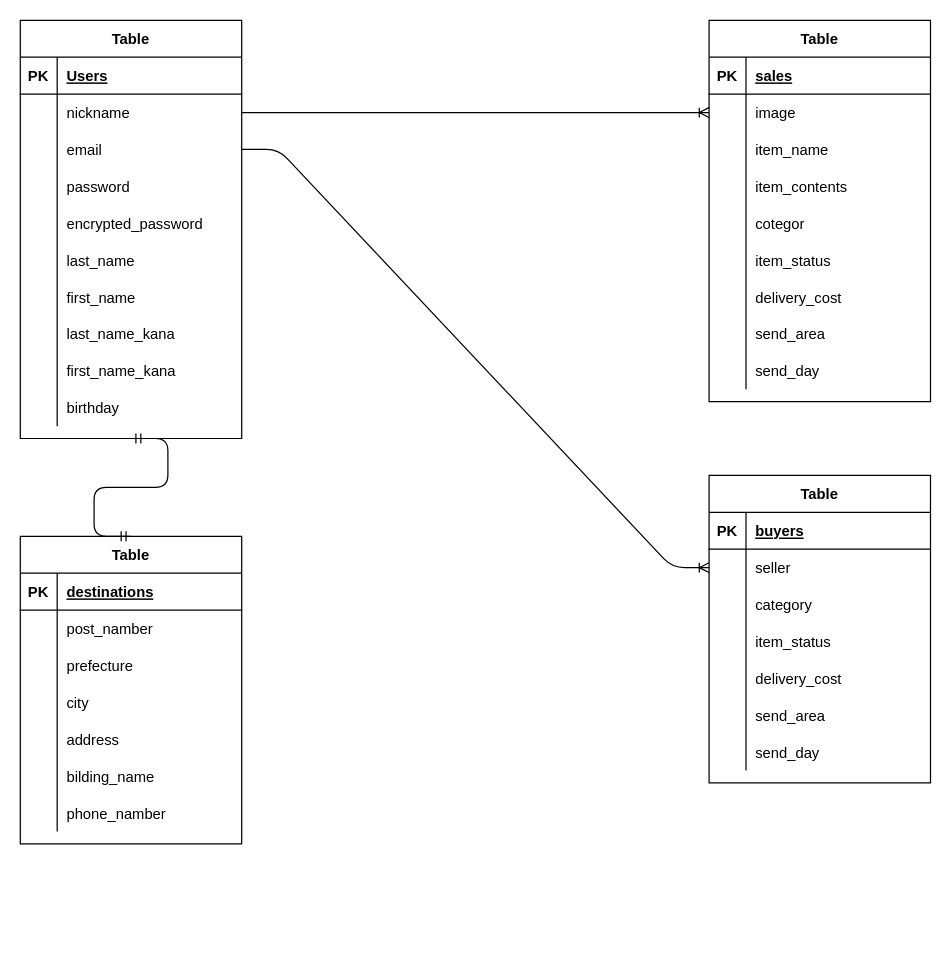
Above: furima.dio in cbr400r/furima-36560 (draw.io), before the change. Source tidied: cells renumbered, new cells numbered last; positions are measured from the earlier drawing's top-left corner, leaving out a move shared by most shapes. Both pictures are drawn from the tidied source at 123%, with x=0, y=0 at pixel (20, 20).
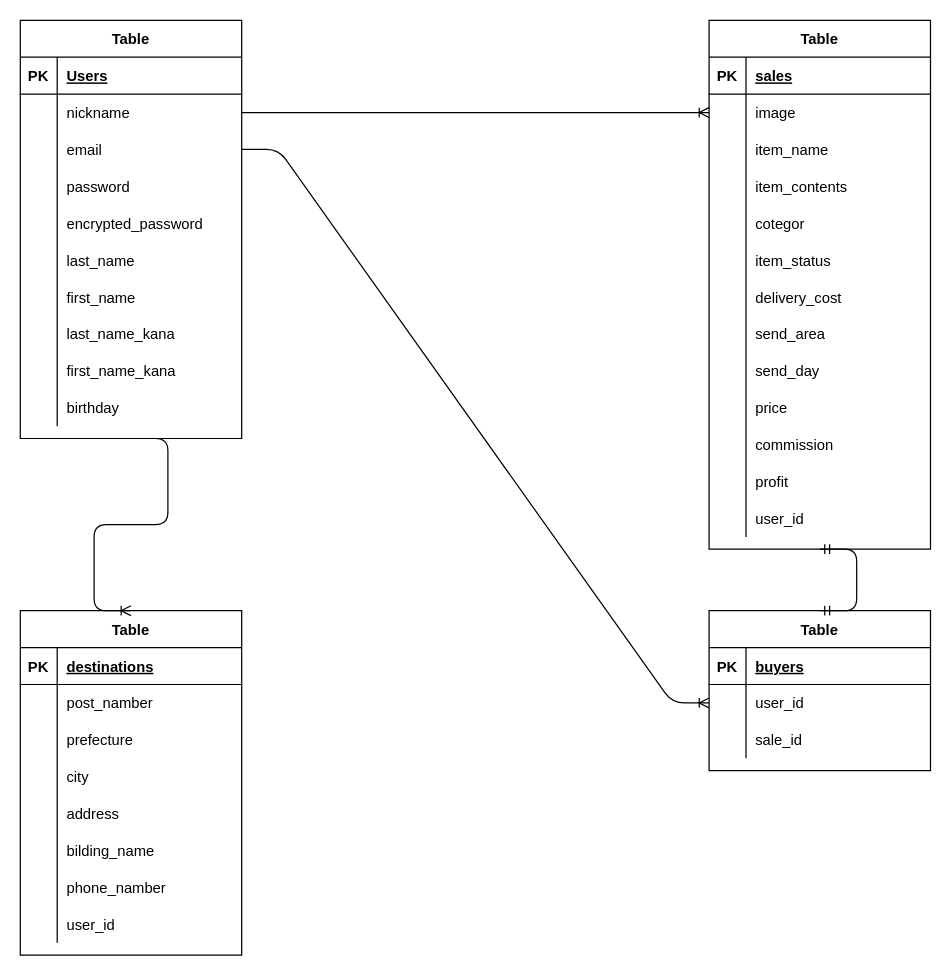
The same diagram, later.

Commit message (it also covers changes not shown here):
データベースの修正2

Unchanged cells that the change refers to:
```xml
<mxCell id="2" value="Table" style="shape=table;startSize=30;childLayout=tableLayout;rowLines=0;fontStyle=1;align=center;" parent="1" vertex="1">
  <mxGeometry width="180" height="340" as="geometry" />
</mxCell>
<mxCell id="37" style="shape=partialRectangle;fillColor=none;top=0;left=0;bottom=0;right=0;points=[[0,0.5],[1,0.5]];portConstraint=eastwest;" parent="33" vertex="1">
  <mxGeometry y="60" width="180" height="30" as="geometry" />
</mxCell>
<mxCell id="40" style="shape=partialRectangle;fillColor=none;top=0;left=0;bottom=0;right=0;" parent="33" vertex="1">
  <mxGeometry y="90" width="180" height="30" as="geometry" />
</mxCell>
```

The edit, as a diff of the source:
```diff
@@
     <mxCell id="33" value="Table" style="shape=table;startSize=30;childLayout=tableLayout;rowLines=0;fontStyle=1;align=center;" parent="1" vertex="1">
-      <mxGeometry x="560" y="370" width="180" height="250" as="geometry" />
+      <mxGeometry x="560" y="480" width="180" height="130" as="geometry" />
     </mxCell>
@@
-    <mxCell id="39" value="seller" style="shape=partialRectangle;fillColor=none;top=0;left=0;bottom=0;right=0;align=left;spacingLeft=6;overflow=hidden;" parent="37" vertex="1">
+    <mxCell id="39" value="user_id" style="shape=partialRectangle;fillColor=none;top=0;left=0;bottom=0;right=0;align=left;spacingLeft=6;overflow=hidden;" parent="37" vertex="1">
       <mxGeometry x="30" width="150" height="30" as="geometry" />
     </mxCell>
@@
-    <mxCell id="42" value="category" style="shape=partialRectangle;fillColor=none;top=0;left=0;bottom=0;right=0;align=left;spacingLeft=6;overflow=hidden;" parent="40" vertex="1">
+    <mxCell id="42" value="sale_id" style="shape=partialRectangle;fillColor=none;top=0;left=0;bottom=0;right=0;align=left;spacingLeft=6;overflow=hidden;" parent="40" vertex="1">
       <mxGeometry x="30" width="150" height="30" as="geometry" />
     </mxCell>
-    <mxCell id="43" style="shape=partialRectangle;fillColor=none;top=0;left=0;bottom=0;right=0;" parent="33" vertex="1">
-      <mxGeometry y="120" width="180" height="30" as="geometry" />
-    </mxCell>
-    <mxCell id="44" style="shape=partialRectangle;fillColor=none;top=0;left=0;bottom=0;right=0;overflow=hidden;" parent="43" vertex="1">
-      <mxGeometry width="30" height="30" as="geometry" />
-    </mxCell>
-    <mxCell id="45" value="item_status" style="shape=partialRectangle;fillColor=none;top=0;left=0;bottom=0;right=0;align=left;spacingLeft=6;overflow=hidden;" parent="43" vertex="1">
-      <mxGeometry x="30" width="150" height="30" as="geometry" />
-    </mxCell>
-    <mxCell id="46" style="shape=partialRectangle;fillColor=none;top=0;left=0;bottom=0;right=0;" parent="33" vertex="1">
-      <mxGeometry y="150" width="180" height="30" as="geometry" />
-    </mxCell>
-    <mxCell id="47" style="shape=partialRectangle;fillColor=none;top=0;left=0;bottom=0;right=0;overflow=hidden;" parent="46" vertex="1">
-      <mxGeometry width="30" height="30" as="geometry" />
-    </mxCell>
-    <mxCell id="48" value="delivery_cost" style="shape=partialRectangle;fillColor=none;top=0;left=0;bottom=0;right=0;align=left;spacingLeft=6;overflow=hidden;" parent="46" vertex="1">
-      <mxGeometry x="30" width="150" height="30" as="geometry" />
-    </mxCell>
-    <mxCell id="49" style="shape=partialRectangle;fillColor=none;top=0;left=0;bottom=0;right=0;" parent="33" vertex="1">
-      <mxGeometry y="180" width="180" height="30" as="geometry" />
-    </mxCell>
-    <mxCell id="50" style="shape=partialRectangle;fillColor=none;top=0;left=0;bottom=0;right=0;overflow=hidden;" parent="49" vertex="1">
-      <mxGeometry width="30" height="30" as="geometry" />
-    </mxCell>
-    <mxCell id="51" value="send_area" style="shape=partialRectangle;fillColor=none;top=0;left=0;bottom=0;right=0;align=left;spacingLeft=6;overflow=hidden;" parent="49" vertex="1">
-      <mxGeometry x="30" width="150" height="30" as="geometry" />
-    </mxCell>
-    <mxCell id="52" style="shape=partialRectangle;fillColor=none;top=0;left=0;bottom=0;right=0;" parent="33" vertex="1">
-      <mxGeometry y="210" width="180" height="30" as="geometry" />
-    </mxCell>
-    <mxCell id="53" style="shape=partialRectangle;fillColor=none;top=0;left=0;bottom=0;right=0;overflow=hidden;" parent="52" vertex="1">
-      <mxGeometry width="30" height="30" as="geometry" />
-    </mxCell>
-    <mxCell id="54" value="send_day" style="shape=partialRectangle;fillColor=none;top=0;left=0;bottom=0;right=0;align=left;spacingLeft=6;overflow=hidden;" parent="52" vertex="1">
-      <mxGeometry x="30" width="150" height="30" as="geometry" />
-    </mxCell>
@@
     <mxCell id="56" value="Table" style="shape=table;startSize=30;childLayout=tableLayout;rowLines=0;fontStyle=1;align=center;" parent="1" vertex="1">
-      <mxGeometry x="560" width="180" height="310" as="geometry" />
+      <mxGeometry x="560" width="180" height="430" as="geometry" />
     </mxCell>
@@
+    <mxCell id="108" style="shape=partialRectangle;fillColor=none;top=0;left=0;bottom=0;right=0;" parent="56" vertex="1">
+      <mxGeometry y="300" width="180" height="30" as="geometry" />
+    </mxCell>
+    <mxCell id="109" style="shape=partialRectangle;fillColor=none;top=0;left=0;bottom=0;right=0;overflow=hidden;" parent="108" vertex="1">
+      <mxGeometry width="30" height="30" as="geometry" />
+    </mxCell>
+    <mxCell id="110" value="price" style="shape=partialRectangle;fillColor=none;top=0;left=0;bottom=0;right=0;align=left;spacingLeft=6;overflow=hidden;" parent="108" vertex="1">
+      <mxGeometry x="30" width="150" height="30" as="geometry" />
+    </mxCell>
+    <mxCell id="111" style="shape=partialRectangle;fillColor=none;top=0;left=0;bottom=0;right=0;" parent="56" vertex="1">
+      <mxGeometry y="330" width="180" height="30" as="geometry" />
+    </mxCell>
+    <mxCell id="112" style="shape=partialRectangle;fillColor=none;top=0;left=0;bottom=0;right=0;overflow=hidden;" parent="111" vertex="1">
+      <mxGeometry width="30" height="30" as="geometry" />
+    </mxCell>
+    <mxCell id="113" value="commission" style="shape=partialRectangle;fillColor=none;top=0;left=0;bottom=0;right=0;align=left;spacingLeft=6;overflow=hidden;" parent="111" vertex="1">
+      <mxGeometry x="30" width="150" height="30" as="geometry" />
+    </mxCell>
+    <mxCell id="114" style="shape=partialRectangle;fillColor=none;top=0;left=0;bottom=0;right=0;" parent="56" vertex="1">
+      <mxGeometry y="360" width="180" height="30" as="geometry" />
+    </mxCell>
+    <mxCell id="115" style="shape=partialRectangle;fillColor=none;top=0;left=0;bottom=0;right=0;overflow=hidden;" parent="114" vertex="1">
+      <mxGeometry width="30" height="30" as="geometry" />
+    </mxCell>
+    <mxCell id="116" value="profit" style="shape=partialRectangle;fillColor=none;top=0;left=0;bottom=0;right=0;align=left;spacingLeft=6;overflow=hidden;" parent="114" vertex="1">
+      <mxGeometry x="30" width="150" height="30" as="geometry" />
+    </mxCell>
+    <mxCell id="117" style="shape=partialRectangle;fillColor=none;top=0;left=0;bottom=0;right=0;" parent="56" vertex="1">
+      <mxGeometry y="390" width="180" height="30" as="geometry" />
+    </mxCell>
+    <mxCell id="118" style="shape=partialRectangle;fillColor=none;top=0;left=0;bottom=0;right=0;overflow=hidden;" parent="117" vertex="1">
+      <mxGeometry width="30" height="30" as="geometry" />
+    </mxCell>
+    <mxCell id="119" value="user_id" style="shape=partialRectangle;fillColor=none;top=0;left=0;bottom=0;right=0;align=left;spacingLeft=6;overflow=hidden;" parent="117" vertex="1">
+      <mxGeometry x="30" width="150" height="30" as="geometry" />
+    </mxCell>
     <mxCell id="84" value="Table" style="shape=table;startSize=30;childLayout=tableLayout;rowLines=0;fontStyle=1;align=center;" parent="1" vertex="1">
-      <mxGeometry y="419.5" width="180" height="250" as="geometry" />
+      <mxGeometry y="480" width="180" height="280" as="geometry" />
     </mxCell>
@@
-    <mxCell id="106" style="edgeStyle=entityRelationEdgeStyle;fontSize=12;html=1;endArrow=ERmandOne;startArrow=ERmandOne;entryX=0.5;entryY=1;entryDx=0;entryDy=0;exitX=0.5;exitY=0;exitDx=0;exitDy=0;" parent="1" edge="1" source="84" target="2">
-      <mxGeometry relative="1" as="geometry" />
-    </mxCell>
+    <mxCell id="120" style="shape=partialRectangle;fillColor=none;top=0;left=0;bottom=0;right=0;" parent="84" vertex="1">
+      <mxGeometry y="240" width="180" height="30" as="geometry" />
+    </mxCell>
+    <mxCell id="121" style="shape=partialRectangle;fillColor=none;top=0;left=0;bottom=0;right=0;overflow=hidden;" parent="120" vertex="1">
+      <mxGeometry width="30" height="30" as="geometry" />
+    </mxCell>
+    <mxCell id="122" value="user_id" style="shape=partialRectangle;fillColor=none;top=0;left=0;bottom=0;right=0;align=left;spacingLeft=6;overflow=hidden;" parent="120" vertex="1">
+      <mxGeometry x="30" width="150" height="30" as="geometry" />
+    </mxCell>
@@
+    <mxCell id="123" style="edgeStyle=entityRelationEdgeStyle;fontSize=12;html=1;endArrow=ERoneToMany;entryX=0.5;entryY=0;entryDx=0;entryDy=0;exitX=0.5;exitY=1;exitDx=0;exitDy=0;" parent="1" edge="1" source="2" target="84">
+      <mxGeometry relative="1" as="geometry" />
+    </mxCell>
+    <mxCell id="124" style="edgeStyle=entityRelationEdgeStyle;fontSize=12;html=1;endArrow=ERmandOne;startArrow=ERmandOne;entryX=0.5;entryY=1;entryDx=0;entryDy=0;exitX=0.5;exitY=0;exitDx=0;exitDy=0;" parent="1" edge="1" source="33" target="56">
+      <mxGeometry relative="1" as="geometry" />
+    </mxCell>
```
